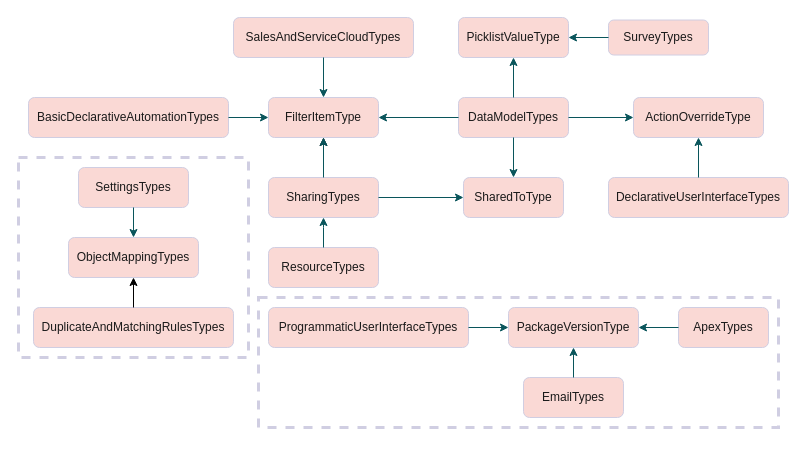
This is Package Diagram.drawio from learnbenlearn/ApexMetadataAPI, a draw.io file, before an edit. Source tidied: cells renumbered, new cells numbered last; positions are measured from the earlier drawing's top-left corner, leaving out a move shared by most shapes. Both pictures are drawn from the tidied source at 100%, with x=0, y=0 at pixel (18, 17).
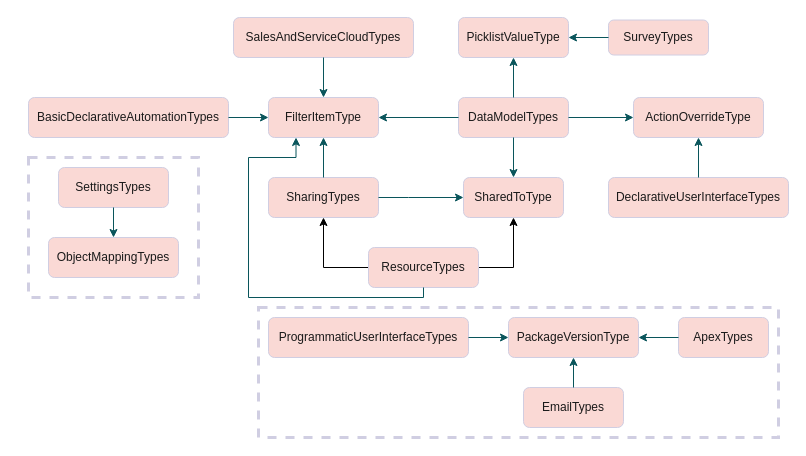
After the change.

Commit message (it also covers changes not shown here):
finished creating package versions

Unchanged cells that the change refers to:
```xml
<mxCell id="5" value="SharingTypes" style="rounded=1;whiteSpace=wrap;html=1;fillColor=#FAD9D5;strokeColor=#D0CEE2;fontColor=#1A1A1A;" parent="2" vertex="1">
  <mxGeometry x="240" y="160" width="110" height="40" as="geometry" />
</mxCell>
<mxCell id="6" value="SharedToType" style="rounded=1;whiteSpace=wrap;html=1;fillColor=#FAD9D5;strokeColor=#D0CEE2;fontColor=#1A1A1A;" parent="2" vertex="1">
  <mxGeometry x="435" y="160" width="100" height="40" as="geometry" />
</mxCell>
<mxCell id="15" value="FilterItemType" style="rounded=1;whiteSpace=wrap;html=1;fillColor=#FAD9D5;strokeColor=#D0CEE2;fontColor=#1A1A1A;" parent="13" vertex="1">
  <mxGeometry x="35" y="80" width="110" height="40" as="geometry" />
</mxCell>
<mxCell id="30" style="group;fontColor=#1A1A1A;" parent="1" vertex="1">
  <mxGeometry x="30" y="220" width="130" height="110" as="geometry" />
</mxCell>
```

Diff of the diagram source:
```diff
@@
     <mxCell id="2" style="group;fontColor=#1A1A1A;" parent="1" vertex="1">
-      <mxGeometry x="10" width="760" height="340" as="geometry" />
+      <mxGeometry x="10" width="760" height="310" as="geometry" />
     </mxCell>
+    <mxCell id="43" style="edgeStyle=orthogonalEdgeStyle;rounded=0;jettySize=auto;html=1;entryX=0.5;entryY=1;entryDx=0;entryDy=0;exitX=0;exitY=0.5;exitDx=0;exitDy=0;" parent="2" edge="1" source="3" target="5">
+      <mxGeometry relative="1" as="geometry">
+        <Array as="points">
+          <mxPoint x="295" y="250" />
+        </Array>
+      </mxGeometry>
+    </mxCell>
+    <mxCell id="44" style="edgeStyle=orthogonalEdgeStyle;rounded=0;jettySize=auto;html=1;entryX=0.5;entryY=1;entryDx=0;entryDy=0;exitX=1;exitY=0.5;exitDx=0;exitDy=0;" parent="2" edge="1" source="3" target="6">
+      <mxGeometry relative="1" as="geometry" />
+    </mxCell>
     <mxCell id="3" value="ResourceTypes" style="rounded=1;whiteSpace=wrap;html=1;fillColor=#FAD9D5;strokeColor=#D0CEE2;fontColor=#1A1A1A;" parent="2" vertex="1">
-      <mxGeometry x="240" y="230" width="110" height="40" as="geometry" />
+      <mxGeometry x="340" y="230" width="110" height="40" as="geometry" />
     </mxCell>
-    <mxCell id="4" style="edgeStyle=orthogonalEdgeStyle;rounded=0;jettySize=auto;html=1;" parent="2" edge="1" source="5" target="15">
-      <mxGeometry relative="1" as="geometry" />
-    </mxCell>
@@
-    <mxCell id="17" style="edgeStyle=orthogonalEdgeStyle;rounded=0;jettySize=auto;html=1;strokeColor=#09555B;fontColor=#1A1A1A;" parent="2" edge="1" source="5" target="6">
-      <mxGeometry relative="1" as="geometry" />
+    <mxCell id="17" style="edgeStyle=orthogonalEdgeStyle;rounded=0;jettySize=auto;html=1;strokeColor=#09555B;fontColor=#1A1A1A;exitX=1;exitY=0.5;exitDx=0;exitDy=0;entryX=0;entryY=0.5;entryDx=0;entryDy=0;" parent="2" edge="1" source="5" target="6">
+      <mxGeometry relative="1" as="geometry">
+        <Array as="points">
+          <mxPoint x="380" y="180" />
+          <mxPoint x="380" y="180" />
+        </Array>
+      </mxGeometry>
     </mxCell>
@@
-    <mxCell id="25" style="edgeStyle=orthogonalEdgeStyle;rounded=0;jettySize=auto;html=1;strokeColor=#09555B;fontColor=#1A1A1A;" parent="2" edge="1" source="5" target="15">
-      <mxGeometry relative="1" as="geometry" />
+    <mxCell id="25" style="edgeStyle=orthogonalEdgeStyle;rounded=0;jettySize=auto;html=1;strokeColor=#09555B;fontColor=#1A1A1A;exitX=0.5;exitY=0;exitDx=0;exitDy=0;" parent="2" edge="1" source="5" target="15">
+      <mxGeometry relative="1" as="geometry">
+        <Array as="points">
+          <mxPoint x="295" y="160" />
+          <mxPoint x="295" y="160" />
+        </Array>
+      </mxGeometry>
     </mxCell>
-    <mxCell id="26" style="edgeStyle=orthogonalEdgeStyle;rounded=0;jettySize=auto;html=1;strokeColor=#09555B;fontColor=#1A1A1A;" parent="2" edge="1" source="3">
+    <mxCell id="26" style="edgeStyle=orthogonalEdgeStyle;rounded=0;jettySize=auto;html=1;strokeColor=#09555B;fontColor=#1A1A1A;exitX=0.5;exitY=1;exitDx=0;exitDy=0;entryX=0.25;entryY=1;entryDx=0;entryDy=0;" parent="2" edge="1" source="3" target="15">
       <mxGeometry relative="1" as="geometry">
-        <mxPoint x="295" y="200" as="targetPoint" />
+        <Array as="points">
+          <mxPoint x="395" y="280" />
+          <mxPoint x="220" y="280" />
+          <mxPoint x="220" y="140" />
+          <mxPoint x="268" y="140" />
+        </Array>
       </mxGeometry>
     </mxCell>
     <mxCell id="27" style="whiteSpace=wrap;html=1;rounded=0;strokeColor=#D0CEE2;strokeWidth=3;dashed=1;fillColor=none;fontColor=#1A1A1A;" parent="2" vertex="1">
-      <mxGeometry x="-10" y="140" width="230" height="200" as="geometry" />
+      <mxGeometry y="140" width="170" height="140" as="geometry" />
     </mxCell>
     <mxCell id="28" value="SettingsTypes" style="rounded=1;whiteSpace=wrap;html=1;fillColor=#FAD9D5;strokeColor=#D0CEE2;fontColor=#1A1A1A;" parent="2" vertex="1">
-      <mxGeometry x="50" y="150" width="110" height="40" as="geometry" />
+      <mxGeometry x="30" y="150" width="110" height="40" as="geometry" />
     </mxCell>
-    <mxCell id="29" value="DuplicateAndMatchingRulesTypes" style="rounded=1;whiteSpace=wrap;html=1;fillColor=#FAD9D5;strokeColor=#D0CEE2;fontColor=#1A1A1A;" parent="2" vertex="1">
-      <mxGeometry x="5" y="290" width="200" height="40" as="geometry" />
-    </mxCell>
@@
     <mxCell id="31" value="ObjectMappingTypes" style="rounded=1;whiteSpace=wrap;html=1;fillColor=#FAD9D5;strokeColor=#D0CEE2;fontColor=#1A1A1A;" parent="30" vertex="1">
-      <mxGeometry x="20" width="130" height="40" as="geometry" />
+      <mxGeometry width="130" height="40" as="geometry" />
     </mxCell>
@@
     <mxCell id="33" style="group;strokeColor=none;perimeterSpacing=14;strokeWidth=1;rounded=0;fontColor=#1A1A1A;" parent="1" vertex="1">
-      <mxGeometry x="250" y="290" width="510" height="120" as="geometry" />
+      <mxGeometry x="250" y="300" width="510" height="120" as="geometry" />
     </mxCell>
@@
-    <mxCell id="42" style="edgeStyle=orthogonalEdgeStyle;rounded=0;jettySize=auto;html=1;" parent="1" edge="1" source="29" target="31">
-      <mxGeometry relative="1" as="geometry" />
-    </mxCell>
```
